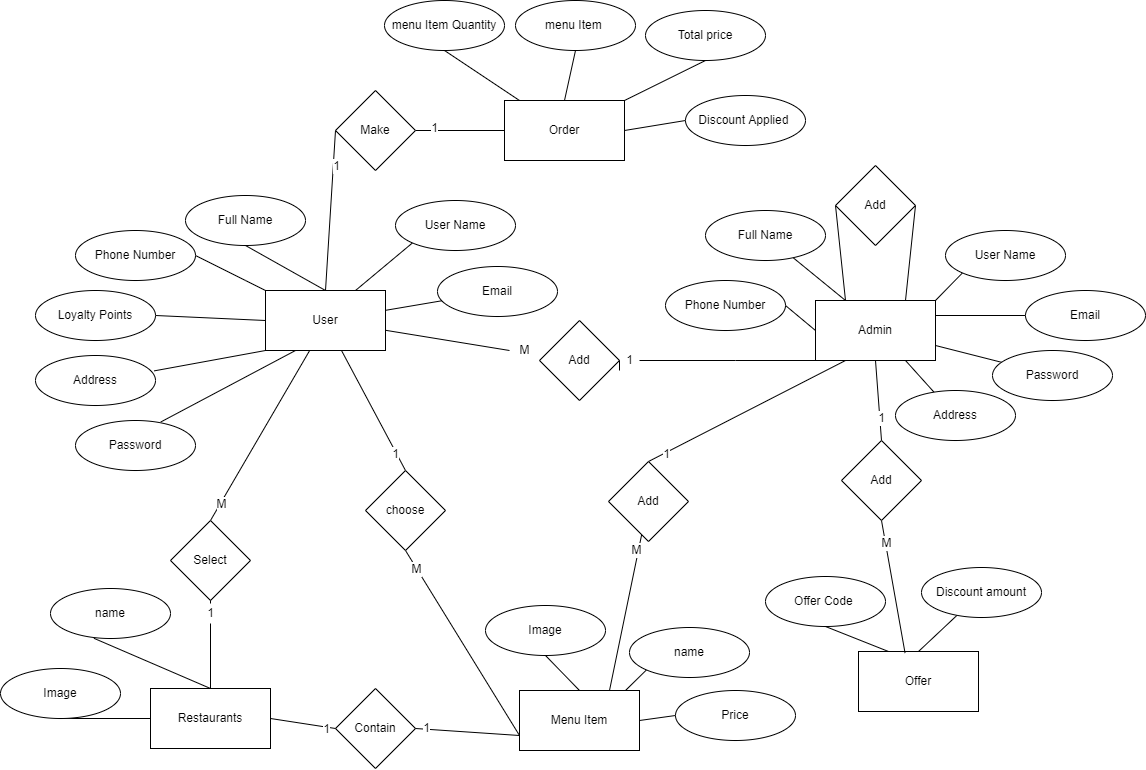
This is Definition/Design/High-Level/F_ERD.png from Aml-Nasser/QA_Foodies, a draw.io export, as it was before one commit. Source tidied: cells renumbered, new cells last; positions are measured from the earlier drawing's top-left corner, leaving out a move shared by most shapes.
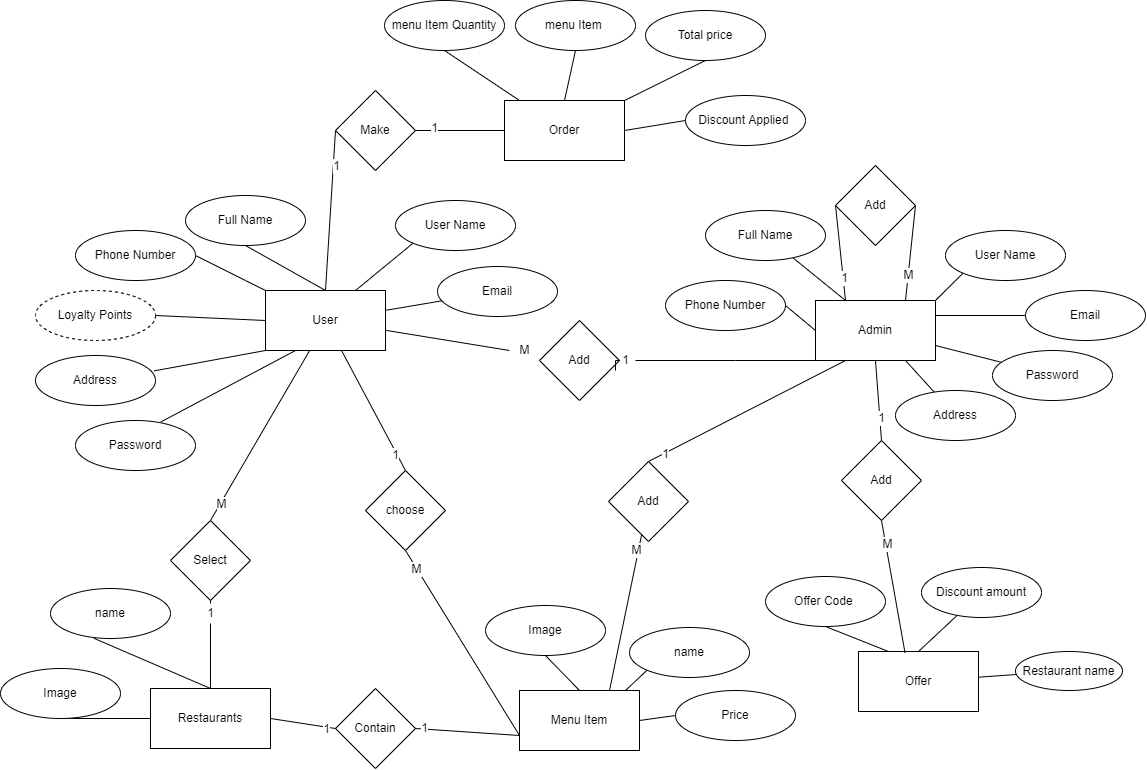
The same diagram one commit later.

Commit message:
Edit ERD after review

What changed in the source:
```diff
@@ -66,6 +66,9 @@
     <mxCell id="19" style="edgeStyle=none;rounded=0;jettySize=auto;html=1;exitX=0.5;exitY=0;exitDx=0;exitDy=0;endArrow=none;endFill=0;" parent="1" edge="1" source="20" target="47">
       <mxGeometry relative="1" as="geometry" />
     </mxCell>
+    <mxCell id="97" style="rounded=0;jettySize=auto;html=1;fontSize=12;endArrow=none;endFill=0;" parent="1" edge="1" source="20" target="100">
+      <mxGeometry relative="1" as="geometry" />
+    </mxCell>
     <mxCell id="20" value="Offer" style="rounded=0;whiteSpace=wrap;html=1;" parent="1" vertex="1">
       <mxGeometry x="858" y="651" width="120" height="60" as="geometry" />
     </mxCell>
@@ -138,7 +141,7 @@
     <mxCell id="43" value="Image" style="ellipse;whiteSpace=wrap;html=1;" parent="1" vertex="1">
       <mxGeometry y="668" width="120" height="50" as="geometry" />
     </mxCell>
-    <mxCell id="44" value="Loyalty Points" style="ellipse;whiteSpace=wrap;html=1;" parent="1" vertex="1">
+    <mxCell id="44" value="Loyalty Points" style="ellipse;whiteSpace=wrap;html=1;dashed=1;" parent="1" vertex="1">
       <mxGeometry x="35" y="290" width="120" height="50" as="geometry" />
     </mxCell>
     <mxCell id="45" style="edgeStyle=none;rounded=0;jettySize=auto;html=1;exitX=0.5;exitY=1;exitDx=0;exitDy=0;entryX=0.25;entryY=0;entryDx=0;entryDy=0;endArrow=none;endFill=0;" parent="1" edge="1" source="46" target="20">
@@ -199,9 +202,15 @@
     <mxCell id="61" style="edgeStyle=none;rounded=0;jettySize=auto;html=1;exitX=0;exitY=0.5;exitDx=0;exitDy=0;entryX=0.25;entryY=0;entryDx=0;entryDy=0;endArrow=none;endFill=0;" parent="1" edge="1" source="63" target="35">
       <mxGeometry relative="1" as="geometry" />
     </mxCell>
+    <mxCell id="98" value="1" style="edgeLabel;html=1;align=center;verticalAlign=middle;fontSize=12;" parent="61" vertex="1">
+      <mxGeometry x="0.52" y="1" relative="1" as="geometry" />
+    </mxCell>
     <mxCell id="62" style="edgeStyle=none;rounded=0;jettySize=auto;html=1;exitX=1;exitY=0.5;exitDx=0;exitDy=0;endArrow=none;endFill=0;entryX=0.75;entryY=0;entryDx=0;entryDy=0;" parent="1" edge="1" source="63" target="35">
       <mxGeometry relative="1" as="geometry" />
     </mxCell>
+    <mxCell id="99" value="M" style="edgeLabel;html=1;align=center;verticalAlign=middle;fontSize=12;" parent="62" vertex="1">
+      <mxGeometry x="0.46" relative="1" as="geometry" />
+    </mxCell>
     <mxCell id="63" value="Add" style="rhombus;whiteSpace=wrap;html=1;" parent="1" vertex="1">
       <mxGeometry x="835" y="165" width="80" height="80" as="geometry" />
     </mxCell>
@@ -305,7 +314,7 @@
       <mxGeometry relative="1" as="geometry" />
     </mxCell>
     <mxCell id="93" value="1" style="text;html=1;align=center;verticalAlign=middle;points=[];strokeColor=none;fillColor=none;" parent="1" vertex="1">
-      <mxGeometry x="619" y="350" width="20" height="20" as="geometry" />
+      <mxGeometry x="615" y="350" width="20" height="20" as="geometry" />
     </mxCell>
     <mxCell id="94" style="edgeStyle=orthogonalEdgeStyle;rounded=0;jettySize=auto;html=1;entryX=0;entryY=1;entryDx=0;entryDy=0;endArrow=none;endFill=0;exitX=1;exitY=0.5;exitDx=0;exitDy=0;" parent="1" edge="1" source="50" target="93">
       <mxGeometry relative="1" as="geometry" />
@@ -316,5 +325,8 @@
     <mxCell id="96" style="edgeStyle=none;rounded=0;jettySize=auto;html=1;exitX=0.5;exitY=1;exitDx=0;exitDy=0;endArrow=none;endFill=0;" parent="1" edge="1" source="57" target="95">
       <mxGeometry relative="1" as="geometry" />
     </mxCell>
+    <mxCell id="100" value="Restaurant name" style="ellipse;whiteSpace=wrap;html=1;rounded=0;" parent="1" vertex="1">
+      <mxGeometry x="1015" y="651" width="107" height="39" as="geometry" />
+    </mxCell>
   </root>
 </mxGraphModel>
```
